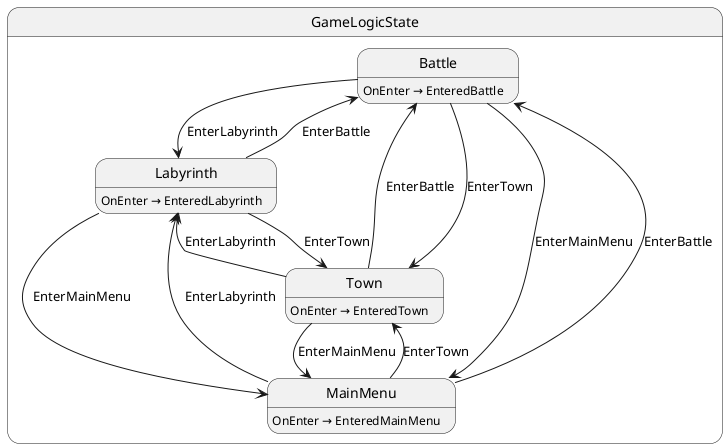
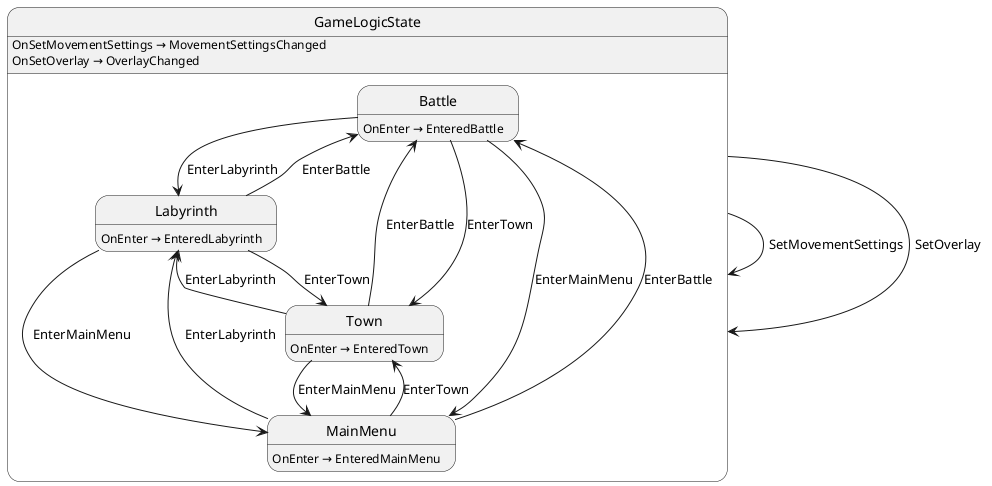
@startuml GameLogicState
state "GameLogicState" as Labyrinth_GameLogicState {
  state "Battle" as Labyrinth_GameLogicState_Battle
  state "Labyrinth" as Labyrinth_GameLogicState_Labyrinth
  state "MainMenu" as Labyrinth_GameLogicState_MainMenu
  state "Town" as Labyrinth_GameLogicState_Town
}

+ Labyrinth_GameLogicState --> Labyrinth_GameLogicState : SetMovementSettings
+ Labyrinth_GameLogicState --> Labyrinth_GameLogicState : SetOverlay
Labyrinth_GameLogicState_Battle --> Labyrinth_GameLogicState_Labyrinth : EnterLabyrinth
Labyrinth_GameLogicState_Battle --> Labyrinth_GameLogicState_MainMenu : EnterMainMenu
Labyrinth_GameLogicState_Battle --> Labyrinth_GameLogicState_Town : EnterTown
Labyrinth_GameLogicState_Labyrinth --> Labyrinth_GameLogicState_Battle : EnterBattle
Labyrinth_GameLogicState_Labyrinth --> Labyrinth_GameLogicState_MainMenu : EnterMainMenu
Labyrinth_GameLogicState_Labyrinth --> Labyrinth_GameLogicState_Town : EnterTown
Labyrinth_GameLogicState_MainMenu --> Labyrinth_GameLogicState_Battle : EnterBattle
Labyrinth_GameLogicState_MainMenu --> Labyrinth_GameLogicState_Labyrinth : EnterLabyrinth
Labyrinth_GameLogicState_MainMenu --> Labyrinth_GameLogicState_Town : EnterTown
Labyrinth_GameLogicState_Town --> Labyrinth_GameLogicState_Battle : EnterBattle
Labyrinth_GameLogicState_Town --> Labyrinth_GameLogicState_Labyrinth : EnterLabyrinth
Labyrinth_GameLogicState_Town --> Labyrinth_GameLogicState_MainMenu : EnterMainMenu

+ Labyrinth_GameLogicState : OnSetMovementSettings → MovementSettingsChanged
+ Labyrinth_GameLogicState : OnSetOverlay → OverlayChanged
Labyrinth_GameLogicState_Battle : OnEnter → EnteredBattle
Labyrinth_GameLogicState_Labyrinth : OnEnter → EnteredLabyrinth
Labyrinth_GameLogicState_MainMenu : OnEnter → EnteredMainMenu
Labyrinth_GameLogicState_Town : OnEnter → EnteredTown
@enduml